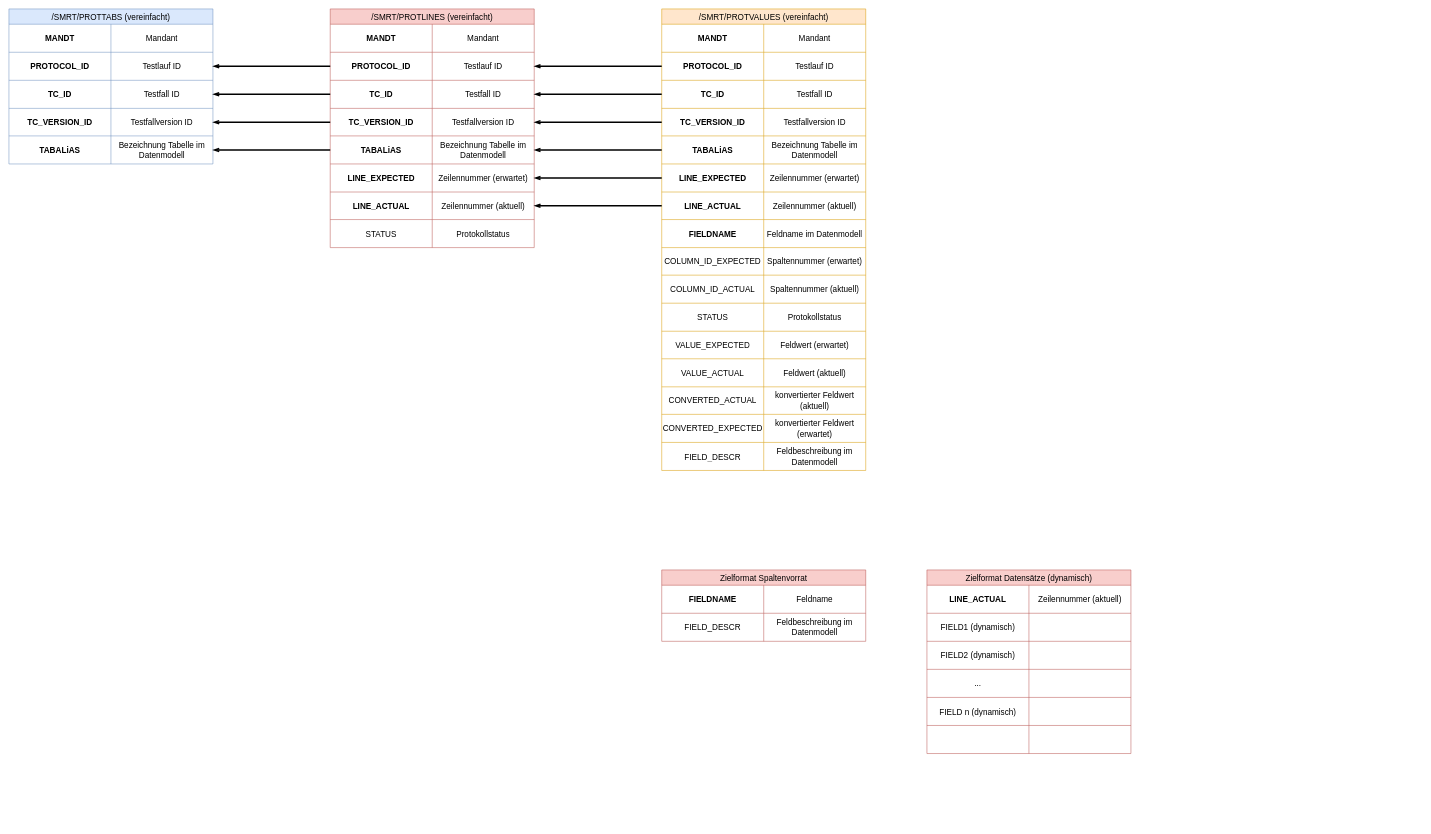
Raaphaaa/UI5-Playground keeps this draw.io diagram as Strukturierte Ansicht DatenModell.drawio. Above is the earlier version. Source tidied: cells renumbered, new cells numbered last; positions are measured from the earlier drawing's top-left corner, leaving out a move shared by most shapes. Both pictures are drawn from the tidied source at 51%, with x=0, y=0 at pixel (9, 9).
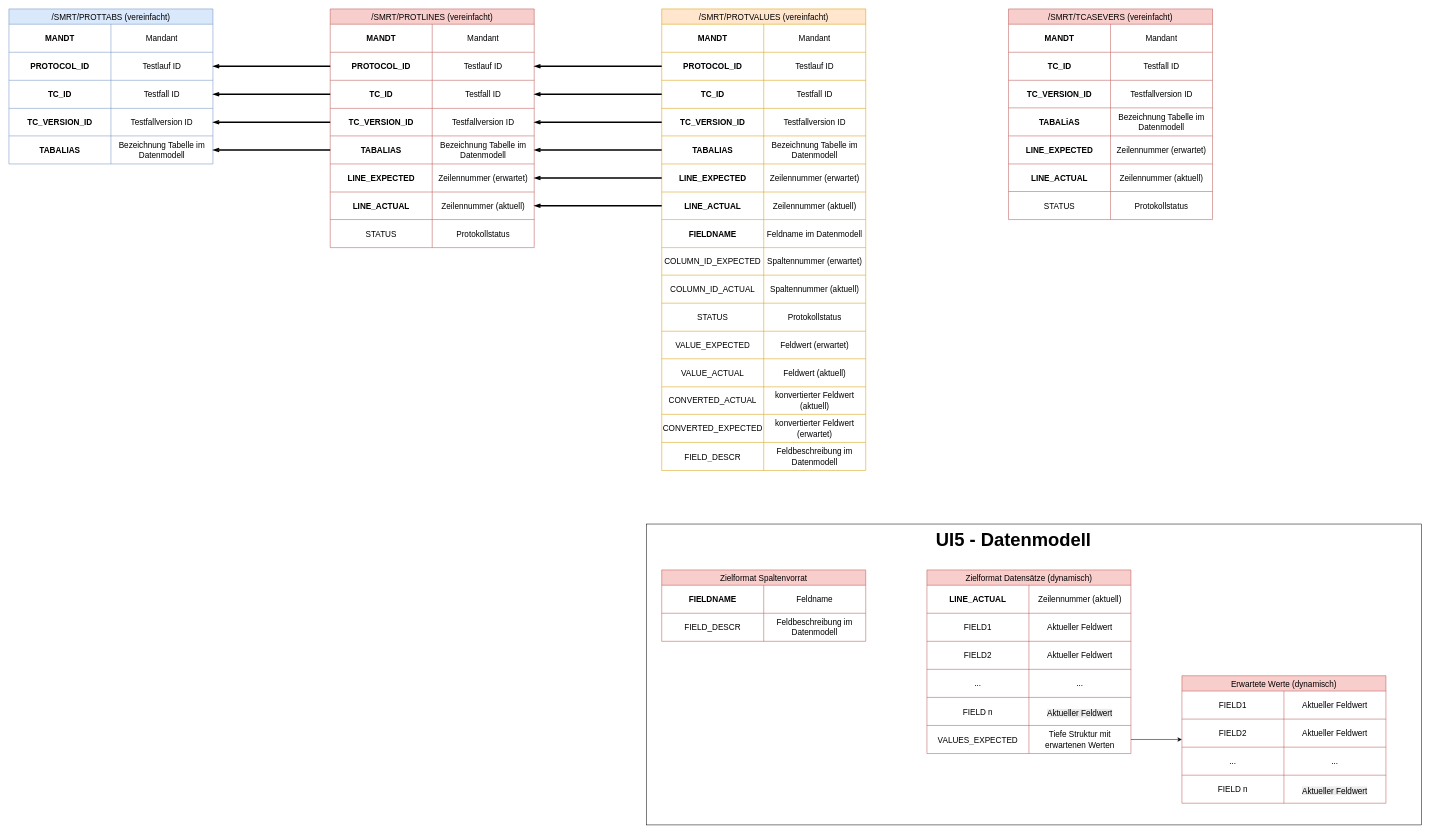
After the change.

The change refers to these unchanged cells:
```xml
<mxCell id="15" style="shape=tableRow;horizontal=0;startSize=0;swimlaneHead=0;swimlaneBody=0;strokeColor=inherit;top=0;left=0;bottom=0;right=0;fillColor=none;points=[[0,0.5],[1,0.5]];portConstraint=eastwest;fontSize=16;" parent="2" vertex="1">
  <mxGeometry y="249" width="400" height="55" as="geometry" />
</mxCell>
<mxCell id="64" style="shape=tableRow;horizontal=0;startSize=0;swimlaneHead=0;swimlaneBody=0;strokeColor=inherit;top=0;left=0;bottom=0;right=0;fillColor=none;points=[[0,0.5],[1,0.5]];portConstraint=eastwest;fontSize=16;" parent="51" vertex="1">
  <mxGeometry y="249" width="400" height="55" as="geometry" />
</mxCell>
<mxCell id="95" style="shape=tableRow;horizontal=0;startSize=0;swimlaneHead=0;swimlaneBody=0;strokeColor=inherit;top=0;left=0;bottom=0;right=0;fillColor=none;points=[[0,0.5],[1,0.5]];portConstraint=eastwest;fontSize=16;" parent="82" vertex="1">
  <mxGeometry y="249" width="400" height="55" as="geometry" />
</mxCell>
<mxCell id="113" style="shape=tableRow;horizontal=0;startSize=0;swimlaneHead=0;swimlaneBody=0;strokeColor=inherit;top=0;left=0;bottom=0;right=0;fillColor=none;fontSize=16;" parent="109" vertex="1">
  <mxGeometry y="85" width="400" height="55" as="geometry" />
</mxCell>
<mxCell id="116" style="shape=tableRow;horizontal=0;startSize=0;swimlaneHead=0;swimlaneBody=0;strokeColor=inherit;top=0;left=0;bottom=0;right=0;fillColor=none;fontSize=16;" parent="109" vertex="1">
  <mxGeometry y="140" width="400" height="55" as="geometry" />
</mxCell>
<mxCell id="119" style="shape=tableRow;horizontal=0;startSize=0;swimlaneHead=0;swimlaneBody=0;strokeColor=inherit;top=0;left=0;bottom=0;right=0;fillColor=none;fontSize=16;" parent="109" vertex="1">
  <mxGeometry y="195" width="400" height="55" as="geometry" />
</mxCell>
<mxCell id="122" style="shape=tableRow;horizontal=0;startSize=0;swimlaneHead=0;swimlaneBody=0;strokeColor=inherit;top=0;left=0;bottom=0;right=0;fillColor=none;fontSize=16;" parent="109" vertex="1">
  <mxGeometry y="250" width="400" height="55" as="geometry" />
</mxCell>
<mxCell id="125" style="shape=tableRow;horizontal=0;startSize=0;swimlaneHead=0;swimlaneBody=0;strokeColor=inherit;top=0;left=0;bottom=0;right=0;fillColor=none;points=[[0,0.5],[1,0.5]];portConstraint=eastwest;fontSize=16;" parent="109" vertex="1">
  <mxGeometry y="305" width="400" height="55" as="geometry" />
</mxCell>
```

Change to the diagram source:
```diff
@@
+    <mxCell id="128" style="rounded=0;whiteSpace=wrap;html=1;" parent="1" vertex="1">
+      <mxGeometry x="1250" y="1010" width="1520" height="590" as="geometry" />
+    </mxCell>
@@
-    <mxCell id="16" value="TABALiAS" style="shape=partialRectangle;html=1;whiteSpace=wrap;strokeColor=inherit;overflow=hidden;fillColor=none;top=0;left=0;bottom=0;right=0;fontSize=16;fontStyle=1;" parent="15" vertex="1">
+    <mxCell id="16" value="TABALIAS" style="shape=partialRectangle;html=1;whiteSpace=wrap;strokeColor=inherit;overflow=hidden;fillColor=none;top=0;left=0;bottom=0;right=0;fontSize=16;fontStyle=1;" parent="15" vertex="1">
       <mxGeometry width="200" height="55" as="geometry" />
     </mxCell>
@@
-    <mxCell id="65" value="TABALiAS" style="shape=partialRectangle;html=1;whiteSpace=wrap;strokeColor=inherit;overflow=hidden;fillColor=none;top=0;left=0;bottom=0;right=0;fontSize=16;fontStyle=1;" parent="64" vertex="1">
+    <mxCell id="65" value="TABALIAS" style="shape=partialRectangle;html=1;whiteSpace=wrap;strokeColor=inherit;overflow=hidden;fillColor=none;top=0;left=0;bottom=0;right=0;fontSize=16;fontStyle=1;" parent="64" vertex="1">
       <mxGeometry width="200" height="55" as="geometry" />
     </mxCell>
@@
-    <mxCell id="96" value="TABALiAS" style="shape=partialRectangle;html=1;whiteSpace=wrap;strokeColor=inherit;overflow=hidden;fillColor=none;top=0;left=0;bottom=0;right=0;fontSize=16;fontStyle=1;" parent="95" vertex="1">
+    <mxCell id="96" value="TABALIAS" style="shape=partialRectangle;html=1;whiteSpace=wrap;strokeColor=inherit;overflow=hidden;fillColor=none;top=0;left=0;bottom=0;right=0;fontSize=16;fontStyle=1;" parent="95" vertex="1">
       <mxGeometry width="200" height="55" as="geometry" />
     </mxCell>
@@
-    <mxCell id="114" value="FIELD1 (dynamisch)" style="shape=partialRectangle;html=1;whiteSpace=wrap;strokeColor=inherit;overflow=hidden;fillColor=none;top=0;left=0;bottom=0;right=0;fontSize=16;fontStyle=0;" parent="113" vertex="1">
+    <mxCell id="114" value="FIELD1" style="shape=partialRectangle;html=1;whiteSpace=wrap;strokeColor=inherit;overflow=hidden;fillColor=none;top=0;left=0;bottom=0;right=0;fontSize=16;fontStyle=0;" parent="113" vertex="1">
       <mxGeometry width="200" height="55" as="geometry" />
     </mxCell>
-    <mxCell id="115" style="shape=partialRectangle;html=1;whiteSpace=wrap;strokeColor=inherit;overflow=hidden;fillColor=none;top=0;left=0;bottom=0;right=0;fontSize=16;" parent="113" vertex="1">
+    <mxCell id="115" value="Aktueller Feldwert" style="shape=partialRectangle;html=1;whiteSpace=wrap;strokeColor=inherit;overflow=hidden;fillColor=none;top=0;left=0;bottom=0;right=0;fontSize=16;" parent="113" vertex="1">
       <mxGeometry x="200" width="200" height="55" as="geometry" />
     </mxCell>
@@
-    <mxCell id="117" value="FIELD2 (dynamisch)" style="shape=partialRectangle;html=1;whiteSpace=wrap;strokeColor=inherit;overflow=hidden;fillColor=none;top=0;left=0;bottom=0;right=0;fontSize=16;fontStyle=0;" parent="116" vertex="1">
+    <mxCell id="117" value="FIELD2" style="shape=partialRectangle;html=1;whiteSpace=wrap;strokeColor=inherit;overflow=hidden;fillColor=none;top=0;left=0;bottom=0;right=0;fontSize=16;fontStyle=0;" parent="116" vertex="1">
       <mxGeometry width="200" height="55" as="geometry" />
     </mxCell>
-    <mxCell id="118" style="shape=partialRectangle;html=1;whiteSpace=wrap;strokeColor=inherit;overflow=hidden;fillColor=none;top=0;left=0;bottom=0;right=0;fontSize=16;" parent="116" vertex="1">
+    <mxCell id="118" value="Aktueller Feldwert" style="shape=partialRectangle;html=1;whiteSpace=wrap;strokeColor=inherit;overflow=hidden;fillColor=none;top=0;left=0;bottom=0;right=0;fontSize=16;" parent="116" vertex="1">
       <mxGeometry x="200" width="200" height="55" as="geometry" />
     </mxCell>
@@
-    <mxCell id="121" style="shape=partialRectangle;html=1;whiteSpace=wrap;strokeColor=inherit;overflow=hidden;fillColor=none;top=0;left=0;bottom=0;right=0;fontSize=16;" parent="119" vertex="1">
+    <mxCell id="121" value="..." style="shape=partialRectangle;html=1;whiteSpace=wrap;strokeColor=inherit;overflow=hidden;fillColor=none;top=0;left=0;bottom=0;right=0;fontSize=16;" parent="119" vertex="1">
       <mxGeometry x="200" width="200" height="55" as="geometry" />
     </mxCell>
@@
-    <mxCell id="123" value="FIELD n (dynamisch)" style="shape=partialRectangle;html=1;whiteSpace=wrap;strokeColor=inherit;overflow=hidden;fillColor=none;top=0;left=0;bottom=0;right=0;fontSize=16;fontStyle=0;" parent="122" vertex="1">
+    <mxCell id="123" value="FIELD n" style="shape=partialRectangle;html=1;whiteSpace=wrap;strokeColor=inherit;overflow=hidden;fillColor=none;top=0;left=0;bottom=0;right=0;fontSize=16;fontStyle=0;" parent="122" vertex="1">
       <mxGeometry width="200" height="55" as="geometry" />
     </mxCell>
-    <mxCell id="124" style="shape=partialRectangle;html=1;whiteSpace=wrap;strokeColor=inherit;overflow=hidden;fillColor=none;top=0;left=0;bottom=0;right=0;fontSize=16;" parent="122" vertex="1">
+    <mxCell id="124" value="&#10;&lt;span style=&quot;color: rgb(0, 0, 0); font-family: Helvetica; font-size: 16px; font-style: normal; font-variant-ligatures: normal; font-variant-caps: normal; font-weight: 400; letter-spacing: normal; orphans: 2; text-align: center; text-indent: 0px; text-transform: none; widows: 2; word-spacing: 0px; -webkit-text-stroke-width: 0px; white-space: normal; background-color: rgb(236, 236, 236); text-decoration-thickness: initial; text-decoration-style: initial; text-decoration-color: initial; display: inline !important; float: none;&quot;&gt;Aktueller Feldwert&lt;/span&gt;&#10;&#10;" style="shape=partialRectangle;html=1;whiteSpace=wrap;strokeColor=inherit;overflow=hidden;fillColor=none;top=0;left=0;bottom=0;right=0;fontSize=16;" parent="122" vertex="1">
       <mxGeometry x="200" width="200" height="55" as="geometry" />
     </mxCell>
@@
-    <mxCell id="126" style="shape=partialRectangle;html=1;whiteSpace=wrap;strokeColor=inherit;overflow=hidden;fillColor=none;top=0;left=0;bottom=0;right=0;fontSize=16;fontStyle=0;" parent="125" vertex="1">
+    <mxCell id="126" value="VALUES_EXPECTED" style="shape=partialRectangle;html=1;whiteSpace=wrap;strokeColor=inherit;overflow=hidden;fillColor=none;top=0;left=0;bottom=0;right=0;fontSize=16;fontStyle=0;" parent="125" vertex="1">
       <mxGeometry width="200" height="55" as="geometry" />
     </mxCell>
-    <mxCell id="127" style="shape=partialRectangle;html=1;whiteSpace=wrap;strokeColor=inherit;overflow=hidden;fillColor=none;top=0;left=0;bottom=0;right=0;fontSize=16;" parent="125" vertex="1">
+    <mxCell id="127" value="Tiefe Struktur mit erwartenen Werten" style="shape=partialRectangle;html=1;whiteSpace=wrap;strokeColor=inherit;overflow=hidden;fillColor=none;top=0;left=0;bottom=0;right=0;fontSize=16;" parent="125" vertex="1">
       <mxGeometry x="200" width="200" height="55" as="geometry" />
     </mxCell>
+    <mxCell id="129" value="Erwartete Werte (dynamisch)" style="shape=table;startSize=30;childLayout=tableLayout;strokeColor=#b85450;fontSize=16;fillColor=#f8cecc;" parent="1" vertex="1">
+      <mxGeometry x="2300" y="1307.5" width="400" height="250" as="geometry" />
+    </mxCell>
+    <mxCell id="130" style="shape=tableRow;horizontal=0;startSize=0;swimlaneHead=0;swimlaneBody=0;strokeColor=inherit;top=0;left=0;bottom=0;right=0;fillColor=none;fontSize=16;" parent="129" vertex="1">
+      <mxGeometry y="30" width="400" height="55" as="geometry" />
+    </mxCell>
+    <mxCell id="131" value="FIELD1" style="shape=partialRectangle;html=1;whiteSpace=wrap;strokeColor=inherit;overflow=hidden;fillColor=none;top=0;left=0;bottom=0;right=0;fontSize=16;fontStyle=0;" parent="130" vertex="1">
+      <mxGeometry width="200" height="55" as="geometry" />
+    </mxCell>
+    <mxCell id="132" value="Aktueller Feldwert" style="shape=partialRectangle;html=1;whiteSpace=wrap;strokeColor=inherit;overflow=hidden;fillColor=none;top=0;left=0;bottom=0;right=0;fontSize=16;" parent="130" vertex="1">
+      <mxGeometry x="200" width="200" height="55" as="geometry" />
+    </mxCell>
+    <mxCell id="133" style="shape=tableRow;horizontal=0;startSize=0;swimlaneHead=0;swimlaneBody=0;strokeColor=inherit;top=0;left=0;bottom=0;right=0;fillColor=none;fontSize=16;" parent="129" vertex="1">
+      <mxGeometry y="85" width="400" height="55" as="geometry" />
+    </mxCell>
+    <mxCell id="134" value="FIELD2" style="shape=partialRectangle;html=1;whiteSpace=wrap;strokeColor=inherit;overflow=hidden;fillColor=none;top=0;left=0;bottom=0;right=0;fontSize=16;fontStyle=0;" parent="133" vertex="1">
+      <mxGeometry width="200" height="55" as="geometry" />
+    </mxCell>
+    <mxCell id="135" value="Aktueller Feldwert" style="shape=partialRectangle;html=1;whiteSpace=wrap;strokeColor=inherit;overflow=hidden;fillColor=none;top=0;left=0;bottom=0;right=0;fontSize=16;" parent="133" vertex="1">
+      <mxGeometry x="200" width="200" height="55" as="geometry" />
+    </mxCell>
+    <mxCell id="136" style="shape=tableRow;horizontal=0;startSize=0;swimlaneHead=0;swimlaneBody=0;strokeColor=inherit;top=0;left=0;bottom=0;right=0;fillColor=none;fontSize=16;" parent="129" vertex="1">
+      <mxGeometry y="140" width="400" height="55" as="geometry" />
+    </mxCell>
+    <mxCell id="137" value="..." style="shape=partialRectangle;html=1;whiteSpace=wrap;strokeColor=inherit;overflow=hidden;fillColor=none;top=0;left=0;bottom=0;right=0;fontSize=16;fontStyle=0;" parent="136" vertex="1">
+      <mxGeometry width="200" height="55" as="geometry" />
+    </mxCell>
+    <mxCell id="138" value="..." style="shape=partialRectangle;html=1;whiteSpace=wrap;strokeColor=inherit;overflow=hidden;fillColor=none;top=0;left=0;bottom=0;right=0;fontSize=16;" parent="136" vertex="1">
+      <mxGeometry x="200" width="200" height="55" as="geometry" />
+    </mxCell>
+    <mxCell id="139" style="shape=tableRow;horizontal=0;startSize=0;swimlaneHead=0;swimlaneBody=0;strokeColor=inherit;top=0;left=0;bottom=0;right=0;fillColor=none;fontSize=16;" parent="129" vertex="1">
+      <mxGeometry y="195" width="400" height="55" as="geometry" />
+    </mxCell>
+    <mxCell id="140" value="FIELD n" style="shape=partialRectangle;html=1;whiteSpace=wrap;strokeColor=inherit;overflow=hidden;fillColor=none;top=0;left=0;bottom=0;right=0;fontSize=16;fontStyle=0;" parent="139" vertex="1">
+      <mxGeometry width="200" height="55" as="geometry" />
+    </mxCell>
+    <mxCell id="141" value="&#10;&lt;span style=&quot;color: rgb(0, 0, 0); font-family: Helvetica; font-size: 16px; font-style: normal; font-variant-ligatures: normal; font-variant-caps: normal; font-weight: 400; letter-spacing: normal; orphans: 2; text-align: center; text-indent: 0px; text-transform: none; widows: 2; word-spacing: 0px; -webkit-text-stroke-width: 0px; white-space: normal; background-color: rgb(236, 236, 236); text-decoration-thickness: initial; text-decoration-style: initial; text-decoration-color: initial; display: inline !important; float: none;&quot;&gt;Aktueller Feldwert&lt;/span&gt;&#10;&#10;" style="shape=partialRectangle;html=1;whiteSpace=wrap;strokeColor=inherit;overflow=hidden;fillColor=none;top=0;left=0;bottom=0;right=0;fontSize=16;" parent="139" vertex="1">
+      <mxGeometry x="200" width="200" height="55" as="geometry" />
+    </mxCell>
+    <mxCell id="142" style="edgeStyle=orthogonalEdgeStyle;rounded=0;jettySize=auto;html=1;" parent="1" edge="1" source="125" target="129">
+      <mxGeometry relative="1" as="geometry" />
+    </mxCell>
+    <mxCell id="143" value="&lt;b&gt;&lt;font style=&quot;font-size: 36px;&quot;&gt;UI5 - Datenmodell&lt;/font&gt;&lt;/b&gt;" style="text;html=1;whiteSpace=wrap;strokeColor=none;fillColor=none;align=center;verticalAlign=middle;rounded=0;" parent="1" vertex="1">
+      <mxGeometry x="1780" y="1010" width="380" height="60" as="geometry" />
+    </mxCell>
+    <mxCell id="144" value="/SMRT/TCASEVERS (vereinfacht)" style="shape=table;startSize=30;childLayout=tableLayout;strokeColor=#b85450;fontSize=16;fillColor=#f8cecc;" parent="1" vertex="1">
+      <mxGeometry x="1960" width="400" height="413" as="geometry" />
+    </mxCell>
+    <mxCell id="145" style="shape=tableRow;horizontal=0;startSize=0;swimlaneHead=0;swimlaneBody=0;strokeColor=inherit;top=0;left=0;bottom=0;right=0;fillColor=none;fontSize=16;" parent="144" vertex="1">
+      <mxGeometry y="30" width="400" height="55" as="geometry" />
+    </mxCell>
+    <mxCell id="146" value="MANDT" style="shape=partialRectangle;html=1;whiteSpace=wrap;strokeColor=inherit;overflow=hidden;fillColor=none;top=0;left=0;bottom=0;right=0;fontSize=16;fontStyle=1;" parent="145" vertex="1">
+      <mxGeometry width="200" height="55" as="geometry" />
+    </mxCell>
+    <mxCell id="147" value="Mandant" style="shape=partialRectangle;html=1;whiteSpace=wrap;strokeColor=inherit;overflow=hidden;fillColor=none;top=0;left=0;bottom=0;right=0;fontSize=16;" parent="145" vertex="1">
+      <mxGeometry x="200" width="200" height="55" as="geometry" />
+    </mxCell>
+    <mxCell id="148" style="shape=tableRow;horizontal=0;startSize=0;swimlaneHead=0;swimlaneBody=0;strokeColor=inherit;top=0;left=0;bottom=0;right=0;fillColor=none;fontSize=16;" parent="144" vertex="1">
+      <mxGeometry y="85" width="400" height="55" as="geometry" />
+    </mxCell>
+    <mxCell id="149" value="TC_ID" style="shape=partialRectangle;html=1;whiteSpace=wrap;strokeColor=inherit;overflow=hidden;fillColor=none;top=0;left=0;bottom=0;right=0;fontSize=16;fontStyle=1;" parent="148" vertex="1">
+      <mxGeometry width="200" height="55" as="geometry" />
+    </mxCell>
+    <mxCell id="150" value="Testfall ID" style="shape=partialRectangle;html=1;whiteSpace=wrap;strokeColor=inherit;overflow=hidden;fillColor=none;top=0;left=0;bottom=0;right=0;fontSize=16;" parent="148" vertex="1">
+      <mxGeometry x="200" width="200" height="55" as="geometry" />
+    </mxCell>
+    <mxCell id="151" style="shape=tableRow;horizontal=0;startSize=0;swimlaneHead=0;swimlaneBody=0;strokeColor=inherit;top=0;left=0;bottom=0;right=0;fillColor=none;fontSize=16;" parent="144" vertex="1">
+      <mxGeometry y="140" width="400" height="54" as="geometry" />
+    </mxCell>
+    <mxCell id="152" value="TC_VERSION_ID" style="shape=partialRectangle;html=1;whiteSpace=wrap;strokeColor=inherit;overflow=hidden;fillColor=none;top=0;left=0;bottom=0;right=0;fontSize=16;fontStyle=1;" parent="151" vertex="1">
+      <mxGeometry width="200" height="54" as="geometry" />
+    </mxCell>
+    <mxCell id="153" value="Testfallversion ID" style="shape=partialRectangle;html=1;whiteSpace=wrap;strokeColor=inherit;overflow=hidden;fillColor=none;top=0;left=0;bottom=0;right=0;fontSize=16;" parent="151" vertex="1">
+      <mxGeometry x="200" width="200" height="54" as="geometry" />
+    </mxCell>
+    <mxCell id="154" style="shape=tableRow;horizontal=0;startSize=0;swimlaneHead=0;swimlaneBody=0;strokeColor=inherit;top=0;left=0;bottom=0;right=0;fillColor=none;fontSize=16;" parent="144" vertex="1">
+      <mxGeometry y="194" width="400" height="55" as="geometry" />
+    </mxCell>
+    <mxCell id="155" value="TABALiAS" style="shape=partialRectangle;html=1;whiteSpace=wrap;strokeColor=inherit;overflow=hidden;fillColor=none;top=0;left=0;bottom=0;right=0;fontSize=16;fontStyle=1;" parent="154" vertex="1">
+      <mxGeometry width="200" height="55" as="geometry" />
+    </mxCell>
+    <mxCell id="156" value="Bezeichnung Tabelle im Datenmodell" style="shape=partialRectangle;html=1;whiteSpace=wrap;strokeColor=inherit;overflow=hidden;fillColor=none;top=0;left=0;bottom=0;right=0;fontSize=16;" parent="154" vertex="1">
+      <mxGeometry x="200" width="200" height="55" as="geometry" />
+    </mxCell>
+    <mxCell id="157" style="shape=tableRow;horizontal=0;startSize=0;swimlaneHead=0;swimlaneBody=0;strokeColor=inherit;top=0;left=0;bottom=0;right=0;fillColor=none;fontSize=16;" parent="144" vertex="1">
+      <mxGeometry y="249" width="400" height="55" as="geometry" />
+    </mxCell>
+    <mxCell id="158" value="LINE_EXPECTED" style="shape=partialRectangle;html=1;whiteSpace=wrap;strokeColor=inherit;overflow=hidden;fillColor=none;top=0;left=0;bottom=0;right=0;fontSize=16;fontStyle=1;" parent="157" vertex="1">
+      <mxGeometry width="200" height="55" as="geometry" />
+    </mxCell>
+    <mxCell id="159" value="Zeilennummer (erwartet)" style="shape=partialRectangle;html=1;whiteSpace=wrap;strokeColor=inherit;overflow=hidden;fillColor=none;top=0;left=0;bottom=0;right=0;fontSize=16;" parent="157" vertex="1">
+      <mxGeometry x="200" width="200" height="55" as="geometry" />
+    </mxCell>
+    <mxCell id="160" style="shape=tableRow;horizontal=0;startSize=0;swimlaneHead=0;swimlaneBody=0;strokeColor=inherit;top=0;left=0;bottom=0;right=0;fillColor=none;fontSize=16;" parent="144" vertex="1">
+      <mxGeometry y="304" width="400" height="54" as="geometry" />
+    </mxCell>
+    <mxCell id="161" value="LINE_ACTUAL" style="shape=partialRectangle;html=1;whiteSpace=wrap;strokeColor=inherit;overflow=hidden;fillColor=none;top=0;left=0;bottom=0;right=0;fontSize=16;fontStyle=1;" parent="160" vertex="1">
+      <mxGeometry width="200" height="54" as="geometry" />
+    </mxCell>
+    <mxCell id="162" value="Zeilennummer (aktuell)" style="shape=partialRectangle;html=1;whiteSpace=wrap;strokeColor=inherit;overflow=hidden;fillColor=none;top=0;left=0;bottom=0;right=0;fontSize=16;" parent="160" vertex="1">
+      <mxGeometry x="200" width="200" height="54" as="geometry" />
+    </mxCell>
+    <mxCell id="163" style="shape=tableRow;horizontal=0;startSize=0;swimlaneHead=0;swimlaneBody=0;strokeColor=inherit;top=0;left=0;bottom=0;right=0;fillColor=none;fontSize=16;" parent="144" vertex="1">
+      <mxGeometry y="358" width="400" height="55" as="geometry" />
+    </mxCell>
+    <mxCell id="164" value="STATUS" style="shape=partialRectangle;html=1;whiteSpace=wrap;strokeColor=inherit;overflow=hidden;fillColor=none;top=0;left=0;bottom=0;right=0;fontSize=16;" parent="163" vertex="1">
+      <mxGeometry width="200" height="55" as="geometry" />
+    </mxCell>
+    <mxCell id="165" value="Protokollstatus" style="shape=partialRectangle;html=1;whiteSpace=wrap;strokeColor=inherit;overflow=hidden;fillColor=none;top=0;left=0;bottom=0;right=0;fontSize=16;" parent="163" vertex="1">
+      <mxGeometry x="200" width="200" height="55" as="geometry" />
+    </mxCell>
```
